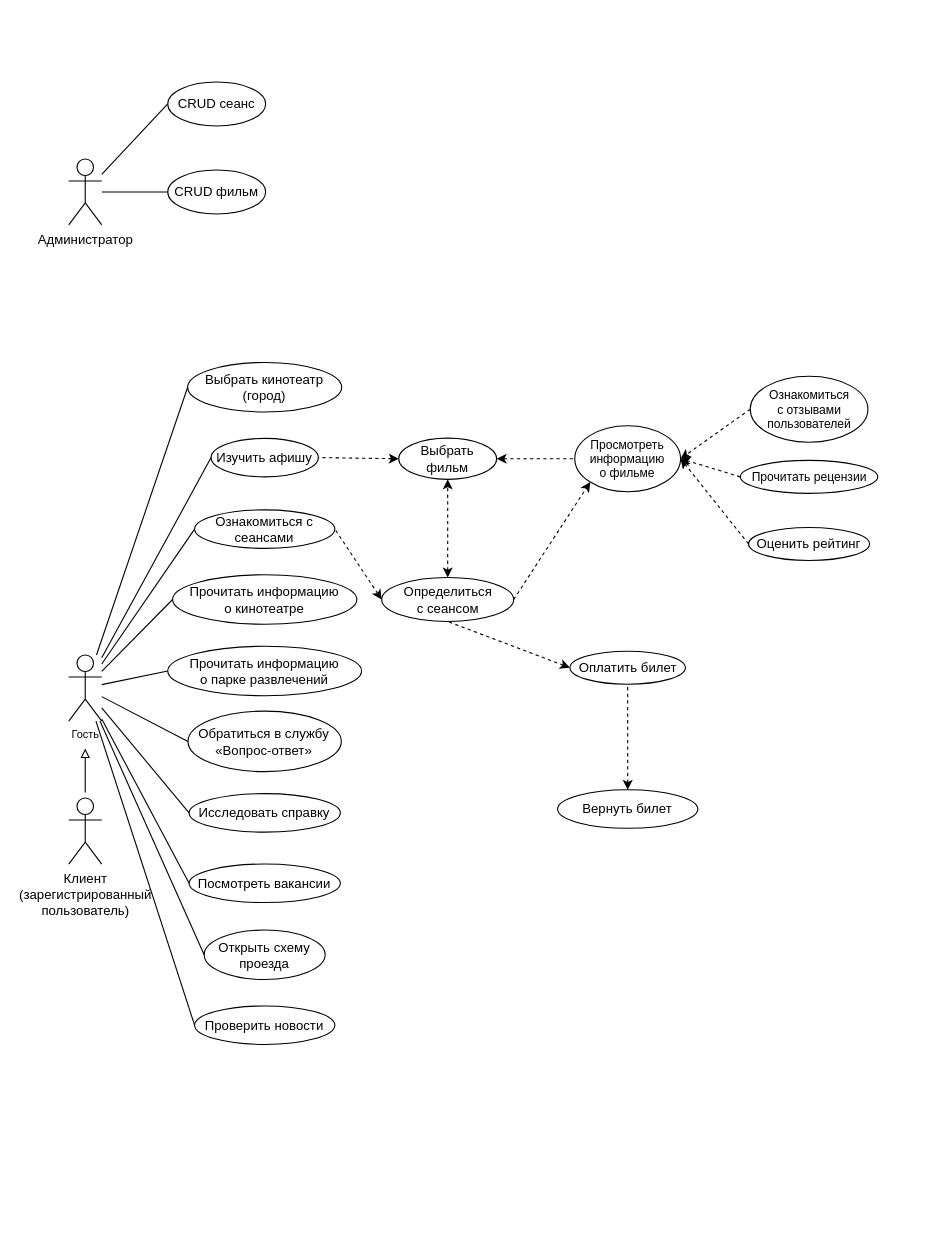
Before: page "Goodwin Cinema" (2 of 3) of Диаграммы_вариантов_использования.drawio in ANDaniell/-design-practice, a draw.io diagram. Source tidied: cells renumbered, new cells numbered last; positions are measured from the earlier drawing's top-left corner, leaving out a move shared by most shapes. Both pictures are drawn from the tidied source at 110%, with x=0, y=0 at pixel (68, 81).
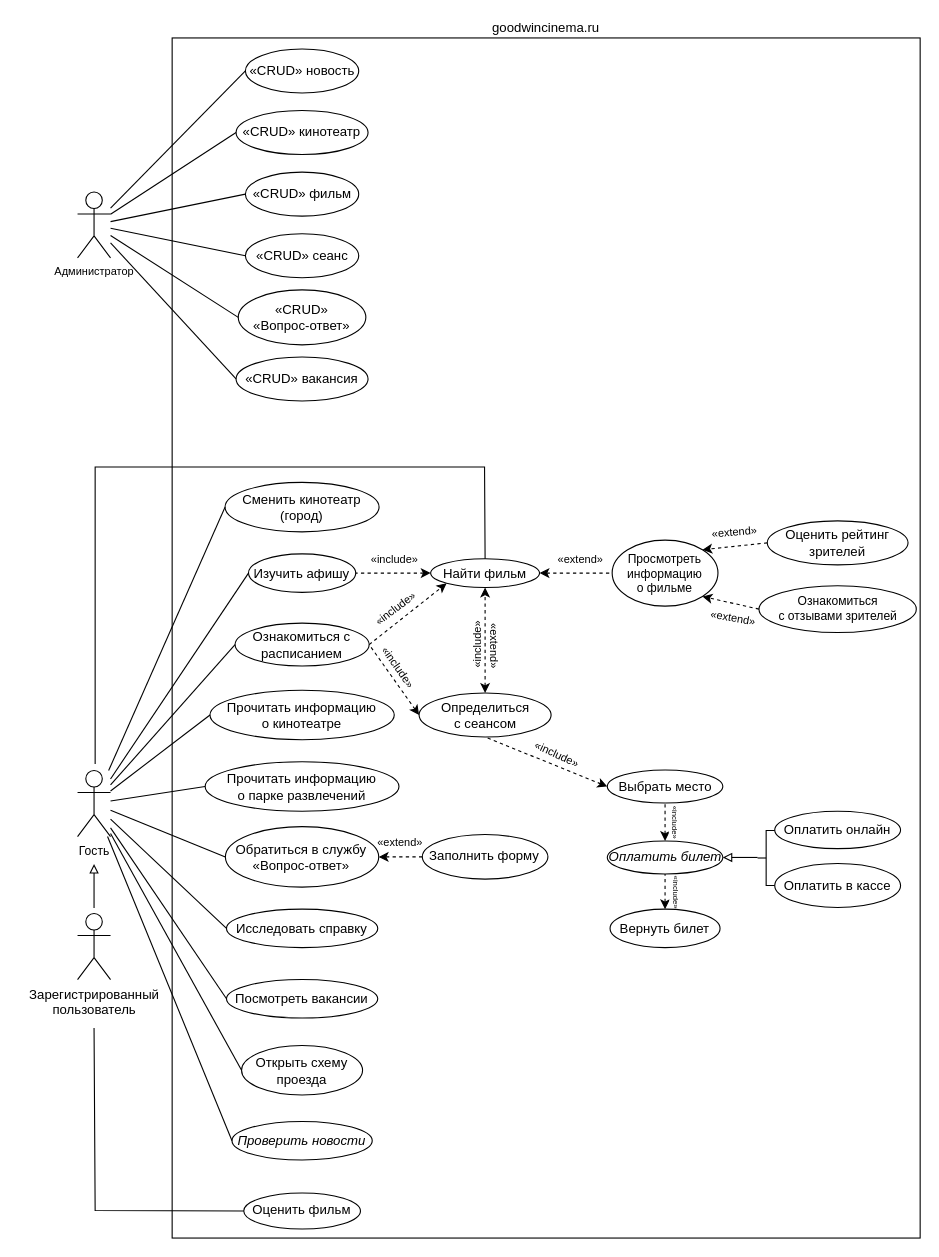
Above is the later version.

Diff of the diagram source:
```diff
@@
+    <mxCell id="48" value="goodwincinema.ru" style="whiteSpace=wrap;html=1;fillColor=none;labelPosition=center;verticalLabelPosition=top;align=center;verticalAlign=bottom;" parent="1" vertex="1">
+      <mxGeometry x="94" y="-40" width="680" height="1091" as="geometry" />
+    </mxCell>
-    <mxCell id="2" value="Гость" style="shape=umlActor;verticalLabelPosition=bottom;verticalAlign=top;html=1;fontSize=10;" parent="1" vertex="1">
-      <mxGeometry y="521" width="30" height="60" as="geometry" />
+    <mxCell id="2" value="Гость" style="shape=umlActor;verticalLabelPosition=bottom;verticalAlign=top;html=1;fontSize=11;" parent="1" vertex="1">
+      <mxGeometry x="8" y="626" width="30" height="60" as="geometry" />
     </mxCell>
-    <mxCell id="3" value="&lt;div&gt;Клиент&lt;/div&gt;&lt;div&gt;(зарегистрированный&lt;/div&gt;&lt;div&gt;пользователь)&lt;/div&gt;" style="shape=umlActor;verticalLabelPosition=bottom;verticalAlign=top;html=1;" parent="1" vertex="1">
-      <mxGeometry y="651" width="30" height="60" as="geometry" />
+    <mxCell id="3" value="&lt;div&gt;Зарегистрированный&lt;/div&gt;&lt;div&gt;пользователь&lt;/div&gt;" style="shape=umlActor;verticalLabelPosition=bottom;verticalAlign=top;html=1;" parent="1" vertex="1">
+      <mxGeometry x="8" y="756" width="30" height="60" as="geometry" />
     </mxCell>
-    <mxCell id="4" value="Оплатить билет" style="ellipse;whiteSpace=wrap;html=1;fontSize=12;" parent="1" vertex="1">
-      <mxGeometry x="455.6" y="517.5" width="105" height="30" as="geometry" />
+    <mxCell id="4" value="&lt;i&gt;Оплатить билет&lt;/i&gt;" style="ellipse;whiteSpace=wrap;html=1;fontSize=12;" parent="1" vertex="1">
+      <mxGeometry x="489.6" y="690" width="105" height="30" as="geometry" />
     </mxCell>
-    <mxCell id="5" value="Выбрать фильм" style="ellipse;whiteSpace=wrap;html=1;" parent="1" vertex="1">
-      <mxGeometry x="300" y="323.8" width="89" height="37.5" as="geometry" />
+    <mxCell id="5" value="Найти фильм" style="ellipse;whiteSpace=wrap;html=1;" parent="1" vertex="1">
+      <mxGeometry x="329" y="433.4" width="99" height="26.2" as="geometry" />
     </mxCell>
-    <mxCell id="6" value="Оценить рейтинг" style="ellipse;whiteSpace=wrap;html=1;" parent="1" vertex="1">
-      <mxGeometry x="618" y="405" width="110" height="30" as="geometry" />
+    <mxCell id="6" value="Оценить рейтинг зрителей" style="ellipse;whiteSpace=wrap;html=1;" parent="1" vertex="1">
+      <mxGeometry x="635" y="399" width="128" height="40" as="geometry" />
     </mxCell>
-    <mxCell id="7" value="Прочитать рецензии" style="ellipse;whiteSpace=wrap;html=1;fontSize=11;spacing=2;" parent="1" vertex="1">
-      <mxGeometry x="610.5" y="344" width="125" height="30" as="geometry" />
-    </mxCell>
-    <mxCell id="8" value="&lt;div style=&quot;font-size: 11px;&quot;&gt;Ознакомиться&lt;/div&gt;&lt;div style=&quot;font-size: 11px;&quot;&gt;с отзывами пользователей&lt;/div&gt;" style="ellipse;whiteSpace=wrap;html=1;fontSize=11;" parent="1" vertex="1">
-      <mxGeometry x="619.5" y="267.5" width="107" height="60" as="geometry" />
+    <mxCell id="8" value="&lt;div style=&quot;font-size: 11px;&quot;&gt;Ознакомиться&lt;/div&gt;&lt;div style=&quot;font-size: 11px;&quot;&gt;с отзывами зрителей&lt;/div&gt;" style="ellipse;whiteSpace=wrap;html=1;fontSize=11;" parent="1" vertex="1">
+      <mxGeometry x="627.5" y="458" width="143" height="42.5" as="geometry" />
     </mxCell>
     <mxCell id="9" value="&lt;div style=&quot;font-size: 11px;&quot;&gt;Просмотреть информацию&lt;/div&gt;&lt;div style=&quot;font-size: 11px;&quot;&gt;о фильме&lt;/div&gt;" style="ellipse;whiteSpace=wrap;html=1;fontSize=11;" parent="1" vertex="1">
-      <mxGeometry x="460" y="312.5" width="96.2" height="60" as="geometry" />
+      <mxGeometry x="494" y="416.5" width="96.2" height="60" as="geometry" />
     </mxCell>
     <mxCell id="10" value="&lt;div&gt;Определиться&lt;/div&gt;&lt;div&gt;с сеансом&lt;/div&gt;" style="ellipse;whiteSpace=wrap;html=1;" parent="1" vertex="1">
-      <mxGeometry x="284.5" y="450.5" width="120" height="40" as="geometry" />
+      <mxGeometry x="318.5" y="555.5" width="120" height="40" as="geometry" />
     </mxCell>
     <mxCell id="11" style="endArrow=block;html=1;rounded=0;endFill=0;" parent="1" edge="1">
       <mxGeometry relative="1" as="geometry">
-        <mxPoint x="15" y="646" as="sourcePoint" />
-        <mxPoint x="15" y="606" as="targetPoint" />
+        <mxPoint x="23" y="751" as="sourcePoint" />
+        <mxPoint x="23" y="711" as="targetPoint" />
       </mxGeometry>
     </mxCell>
-    <mxCell id="12" value="Администратор" style="shape=umlActor;verticalLabelPosition=bottom;verticalAlign=top;html=1;" parent="1" vertex="1">
-      <mxGeometry y="70" width="30" height="60" as="geometry" />
+    <mxCell id="12" value="Администратор" style="shape=umlActor;verticalLabelPosition=bottom;verticalAlign=top;html=1;fontSize=10;" parent="1" vertex="1">
+      <mxGeometry x="8" y="100" width="30" height="60" as="geometry" />
     </mxCell>
-    <mxCell id="13" value="CRUD фильм" style="ellipse;whiteSpace=wrap;html=1;" parent="1" vertex="1">
-      <mxGeometry x="90" y="80" width="89" height="40" as="geometry" />
+    <mxCell id="13" value="«CRUD» фильм" style="ellipse;whiteSpace=wrap;html=1;" parent="1" vertex="1">
+      <mxGeometry x="160.6" y="82" width="103" height="40" as="geometry" />
     </mxCell>
@@
-    <mxCell id="16" value="CRUD сеанс" style="ellipse;whiteSpace=wrap;html=1;" parent="1" vertex="1">
-      <mxGeometry x="90" width="89" height="40" as="geometry" />
+    <mxCell id="16" value="«CRUD» сеанс" style="ellipse;whiteSpace=wrap;html=1;" parent="1" vertex="1">
+      <mxGeometry x="160.6" y="138" width="103" height="40" as="geometry" />
     </mxCell>
     <mxCell id="17" value="Изучить афишу" style="ellipse;whiteSpace=wrap;html=1;" parent="1" vertex="1">
-      <mxGeometry x="129.4" y="324" width="97.5" height="35" as="geometry" />
+      <mxGeometry x="163.4" y="429" width="97.5" height="35" as="geometry" />
     </mxCell>
-    <mxCell id="18" value="Ознакомиться с сеансами" style="ellipse;whiteSpace=wrap;html=1;" parent="1" vertex="1">
-      <mxGeometry x="114.4" y="389" width="127.5" height="35" as="geometry" />
+    <mxCell id="18" value="Ознакомиться с расписанием" style="ellipse;whiteSpace=wrap;html=1;" parent="1" vertex="1">
+      <mxGeometry x="151.2" y="492" width="121.9" height="39" as="geometry" />
     </mxCell>
-    <mxCell id="19" value="Проверить новости" style="ellipse;whiteSpace=wrap;html=1;" parent="1" vertex="1">
-      <mxGeometry x="114.4" y="840" width="127.5" height="35" as="geometry" />
+    <mxCell id="19" value="&lt;i&gt;Проверить новости&lt;/i&gt;" style="ellipse;whiteSpace=wrap;html=1;" parent="1" vertex="1">
+      <mxGeometry x="148.4" y="945" width="127.5" height="35" as="geometry" />
     </mxCell>
     <mxCell id="20" value="Вернуть билет" style="ellipse;whiteSpace=wrap;html=1;" parent="1" vertex="1">
-      <mxGeometry x="444.4" y="643.5" width="127.5" height="35" as="geometry" />
+      <mxGeometry x="492.1" y="752" width="100" height="35" as="geometry" />
     </mxCell>
-    <mxCell id="21" value="Выбрать кинотеатр (город)" style="ellipse;whiteSpace=wrap;html=1;" parent="1" vertex="1">
-      <mxGeometry x="108.1" y="255" width="140" height="45" as="geometry" />
+    <mxCell id="21" value="Сменить кинотеатр (город)" style="ellipse;whiteSpace=wrap;html=1;" parent="1" vertex="1">
+      <mxGeometry x="142.1" y="364" width="140" height="45" as="geometry" />
     </mxCell>
     <mxCell id="22" value="Посмотреть вакансии" style="ellipse;whiteSpace=wrap;html=1;" parent="1" vertex="1">
-      <mxGeometry x="109.4" y="711" width="137.5" height="35" as="geometry" />
+      <mxGeometry x="143.4" y="816" width="137.5" height="35" as="geometry" />
     </mxCell>
     <mxCell id="23" value="Исследовать справку" style="ellipse;whiteSpace=wrap;html=1;" parent="1" vertex="1">
-      <mxGeometry x="109.4" y="647" width="137.5" height="35" as="geometry" />
+      <mxGeometry x="143.4" y="752" width="137.5" height="35" as="geometry" />
     </mxCell>
     <mxCell id="24" value="&lt;div&gt;Прочитать информацию&lt;/div&gt;&lt;div&gt;о кинотеатре&lt;/div&gt;" style="ellipse;whiteSpace=wrap;html=1;" parent="1" vertex="1">
-      <mxGeometry x="94.4" y="448" width="167.5" height="45" as="geometry" />
+      <mxGeometry x="128.4" y="553" width="167.5" height="45" as="geometry" />
     </mxCell>
     <mxCell id="25" value="&lt;div&gt;Прочитать информацию&lt;/div&gt;&lt;div&gt;о парке развлечений&lt;/div&gt;" style="ellipse;whiteSpace=wrap;html=1;" parent="1" vertex="1">
-      <mxGeometry x="90" y="513" width="176.2" height="45" as="geometry" />
+      <mxGeometry x="124" y="618" width="176.2" height="45" as="geometry" />
     </mxCell>
     <mxCell id="26" value="Обратиться в службу «Вопрос-ответ»" style="ellipse;whiteSpace=wrap;html=1;" parent="1" vertex="1">
-      <mxGeometry x="108.4" y="572" width="139.4" height="55" as="geometry" />
+      <mxGeometry x="142.4" y="677" width="139.4" height="55" as="geometry" />
     </mxCell>
     <mxCell id="27" value="Открыть схему проезда" style="ellipse;whiteSpace=wrap;html=1;" parent="1" vertex="1">
-      <mxGeometry x="123.1" y="771" width="110" height="45" as="geometry" />
+      <mxGeometry x="157.1" y="876" width="110" height="45" as="geometry" />
     </mxCell>
@@
-    <mxCell id="41" style="endArrow=classic;dashed=1;html=1;rounded=0;entryX=1;entryY=0.5;entryDx=0;entryDy=0;exitX=0;exitY=0.5;exitDx=0;exitDy=0;endFill=1;" parent="1" edge="1" source="8" target="9">
+    <mxCell id="41" style="endArrow=classic;dashed=1;html=1;rounded=0;exitX=0;exitY=0.5;exitDx=0;exitDy=0;endFill=1;entryX=1;entryY=1;entryDx=0;entryDy=0;" parent="1" edge="1" source="8" target="9">
       <mxGeometry relative="1" as="geometry" />
     </mxCell>
-    <mxCell id="42" style="endArrow=classic;dashed=1;html=1;rounded=0;entryX=1;entryY=0.5;entryDx=0;entryDy=0;exitX=0;exitY=0.5;exitDx=0;exitDy=0;endFill=1;" parent="1" edge="1" source="7" target="9">
-      <mxGeometry relative="1" as="geometry" />
-    </mxCell>
-    <mxCell id="43" style="endArrow=classic;dashed=1;html=1;rounded=0;entryX=1;entryY=0.5;entryDx=0;entryDy=0;exitX=0;exitY=0.5;exitDx=0;exitDy=0;endFill=1;" parent="1" edge="1" source="6" target="9">
+    <mxCell id="43" style="endArrow=classic;dashed=1;html=1;rounded=0;entryX=1;entryY=0;entryDx=0;entryDy=0;exitX=0;exitY=0.5;exitDx=0;exitDy=0;endFill=1;" parent="1" edge="1" source="6" target="9">
       <mxGeometry relative="1" as="geometry" />
     </mxCell>
@@
-    <mxCell id="46" style="endArrow=none;dashed=1;html=1;rounded=0;entryX=0.5;entryY=1;entryDx=0;entryDy=0;exitX=0;exitY=0.5;exitDx=0;exitDy=0;startArrow=classic;startFill=1;" parent="1" edge="1" source="4" target="10">
+    <mxCell id="46" style="endArrow=none;dashed=1;html=1;rounded=0;entryX=0.5;entryY=1;entryDx=0;entryDy=0;exitX=0;exitY=0.5;exitDx=0;exitDy=0;startArrow=classic;startFill=1;" parent="1" edge="1" source="63" target="10">
       <mxGeometry relative="1" as="geometry" />
     </mxCell>
-    <mxCell id="47" style="endArrow=classic;dashed=1;html=1;rounded=0;entryX=0;entryY=1;entryDx=0;entryDy=0;exitX=1;exitY=0.5;exitDx=0;exitDy=0;startArrow=none;startFill=0;endFill=1;" parent="1" edge="1" source="10" target="9">
-      <mxGeometry relative="1" as="geometry" />
-    </mxCell>
+    <mxCell id="49" value="«CRUD» новость" style="ellipse;whiteSpace=wrap;html=1;" parent="1" vertex="1">
+      <mxGeometry x="160.6" y="-30" width="103" height="40" as="geometry" />
+    </mxCell>
+    <mxCell id="50" value="«CRUD» кинотеатр" style="ellipse;whiteSpace=wrap;html=1;" parent="1" vertex="1">
+      <mxGeometry x="152.1" y="26" width="120" height="40" as="geometry" />
+    </mxCell>
+    <mxCell id="51" value="&lt;div&gt;«CRUD»&lt;/div&gt;&lt;div&gt;«Вопрос-ответ»&lt;/div&gt;" style="ellipse;whiteSpace=wrap;html=1;" parent="1" vertex="1">
+      <mxGeometry x="154.1" y="189" width="116" height="50" as="geometry" />
+    </mxCell>
+    <mxCell id="52" value="&lt;div&gt;«CRUD» вакансия&lt;/div&gt;" style="ellipse;whiteSpace=wrap;html=1;" parent="1" vertex="1">
+      <mxGeometry x="152.1" y="250" width="120" height="40" as="geometry" />
+    </mxCell>
+    <mxCell id="53" style="endArrow=none;html=1;rounded=0;entryX=0;entryY=0.5;entryDx=0;entryDy=0;" parent="1" edge="1" source="12" target="49">
+      <mxGeometry relative="1" as="geometry" />
+    </mxCell>
+    <mxCell id="54" style="endArrow=none;html=1;rounded=0;exitX=0;exitY=0.5;exitDx=0;exitDy=0;" parent="1" edge="1" source="51" target="12">
+      <mxGeometry relative="1" as="geometry" />
+    </mxCell>
+    <mxCell id="55" style="endArrow=none;html=1;rounded=0;exitX=0;exitY=0.5;exitDx=0;exitDy=0;" parent="1" edge="1" source="52" target="12">
+      <mxGeometry relative="1" as="geometry" />
+    </mxCell>
+    <mxCell id="56" style="endArrow=none;html=1;rounded=0;entryX=0;entryY=0.5;entryDx=0;entryDy=0;" parent="1" edge="1" source="12" target="50">
+      <mxGeometry relative="1" as="geometry" />
+    </mxCell>
+    <mxCell id="57" value="Оплатить онлайн" style="ellipse;whiteSpace=wrap;html=1;" parent="1" vertex="1">
+      <mxGeometry x="641.8" y="663" width="114.4" height="34" as="geometry" />
+    </mxCell>
+    <mxCell id="58" value="Оплатить в кассе" style="ellipse;whiteSpace=wrap;html=1;" parent="1" vertex="1">
+      <mxGeometry x="641.8" y="710.5" width="114.4" height="40" as="geometry" />
+    </mxCell>
+    <mxCell id="59" style="edgeStyle=orthogonalEdgeStyle;rounded=0;jettySize=auto;html=1;endArrow=block;endFill=0;" parent="1" edge="1" source="60">
+      <mxGeometry relative="1" as="geometry">
+        <mxPoint x="594.6" y="705" as="targetPoint" />
+        <Array as="points">
+          <mxPoint x="595" y="705" />
+          <mxPoint x="595" y="705" />
+        </Array>
+      </mxGeometry>
+    </mxCell>
+    <mxCell id="60" style="strokeWidth=1;html=1;shape=mxgraph.flowchart.annotation_2;align=left;labelPosition=right;" parent="1" vertex="1">
+      <mxGeometry x="626.2" y="680.5" width="15.6" height="50" as="geometry" />
+    </mxCell>
+    <mxCell id="61" value="&lt;div&gt;Заполнить форму&lt;br&gt;&lt;/div&gt;" style="ellipse;whiteSpace=wrap;html=1;" parent="1" vertex="1">
+      <mxGeometry x="321.4" y="684.2" width="114.2" height="40.5" as="geometry" />
+    </mxCell>
+    <mxCell id="62" style="endArrow=classic;dashed=1;html=1;rounded=0;entryX=1;entryY=0.5;entryDx=0;entryDy=0;exitX=0;exitY=0.5;exitDx=0;exitDy=0;startArrow=none;startFill=0;endFill=1;" parent="1" edge="1" source="61" target="26">
+      <mxGeometry relative="1" as="geometry" />
+    </mxCell>
+    <mxCell id="63" value="Выбрать место" style="ellipse;whiteSpace=wrap;html=1;fontSize=12;" parent="1" vertex="1">
+      <mxGeometry x="489.6" y="625.5" width="105" height="30" as="geometry" />
+    </mxCell>
+    <mxCell id="64" style="endArrow=classic;dashed=1;html=1;rounded=0;exitX=1;exitY=0.5;exitDx=0;exitDy=0;entryX=0;entryY=1;entryDx=0;entryDy=0;endFill=1;" parent="1" edge="1" source="18" target="5">
+      <mxGeometry relative="1" as="geometry" />
+    </mxCell>
+    <mxCell id="65" style="endArrow=none;dashed=1;html=1;rounded=0;entryX=0.5;entryY=1;entryDx=0;entryDy=0;exitX=0.5;exitY=0;exitDx=0;exitDy=0;startArrow=classic;startFill=1;" parent="1" edge="1" source="4" target="63">
+      <mxGeometry relative="1" as="geometry" />
+    </mxCell>
+    <mxCell id="66" style="endArrow=none;html=1;rounded=0;entryX=0.5;entryY=0;entryDx=0;entryDy=0;" parent="1" edge="1" target="5">
+      <mxGeometry relative="1" as="geometry">
+        <mxPoint x="24" y="620" as="sourcePoint" />
+        <Array as="points">
+          <mxPoint x="24" y="350" />
+          <mxPoint x="378" y="350" />
+        </Array>
+      </mxGeometry>
+    </mxCell>
+    <mxCell id="67" value="Оценить фильм" style="ellipse;whiteSpace=wrap;html=1;" parent="1" vertex="1">
+      <mxGeometry x="159.1" y="1010" width="106.1" height="32.8" as="geometry" />
+    </mxCell>
+    <mxCell id="68" style="endArrow=none;html=1;rounded=0;entryX=0;entryY=0.5;entryDx=0;entryDy=0;" parent="1" edge="1" target="67">
+      <mxGeometry relative="1" as="geometry">
+        <mxPoint x="23" y="860" as="sourcePoint" />
+        <Array as="points">
+          <mxPoint x="24" y="1026" />
+        </Array>
+      </mxGeometry>
+    </mxCell>
+    <mxCell id="69" value="«extend»" style="edgeLabel;html=1;align=center;verticalAlign=middle;rotation=0;fontSize=10;" parent="1" vertex="1">
+      <mxGeometry x="464" y="433.4" as="geometry" />
+    </mxCell>
+    <mxCell id="70" value="«extend»" style="edgeLabel;html=1;align=center;verticalAlign=middle;rotation=355;fontSize=10;" parent="1" vertex="1">
+      <mxGeometry x="604" y="409" as="geometry" />
+    </mxCell>
+    <mxCell id="71" value="«extend»" style="edgeLabel;html=1;align=center;verticalAlign=middle;rotation=10;fontSize=10;" parent="1" vertex="1">
+      <mxGeometry x="604" y="486" as="geometry" />
+    </mxCell>
+    <mxCell id="72" value="«extend»" style="edgeLabel;html=1;align=center;verticalAlign=middle;rotation=90;fontSize=10;" parent="1" vertex="1">
+      <mxGeometry x="388" y="511.5" as="geometry" />
+    </mxCell>
+    <mxCell id="73" value="«extend»" style="edgeLabel;html=1;align=center;verticalAlign=middle;rotation=0;fontSize=10;" parent="1" vertex="1">
+      <mxGeometry x="300.2" y="690" as="geometry" />
+    </mxCell>
+    <mxCell id="74" value="«include»" style="edgeLabel;html=1;align=center;verticalAlign=middle;rotation=0;fontSize=10;" parent="1" vertex="1">
+      <mxGeometry x="295.9" y="433.4" as="geometry" />
+    </mxCell>
+    <mxCell id="75" value="«include»" style="edgeLabel;html=1;align=center;verticalAlign=middle;rotation=270;fontSize=10;" parent="1" vertex="1">
+      <mxGeometry x="370" y="513" as="geometry" />
+    </mxCell>
+    <mxCell id="76" value="«include»" style="edgeLabel;html=1;align=center;verticalAlign=middle;rotation=90;fontSize=7;" parent="1" vertex="1">
+      <mxGeometry x="552" y="672" as="geometry" />
+    </mxCell>
+    <mxCell id="77" value="«include»" style="edgeLabel;html=1;align=center;verticalAlign=middle;rotation=323;fontSize=10;" parent="1" vertex="1">
+      <mxGeometry x="295.9" y="479.2" as="geometry" />
+    </mxCell>
+    <mxCell id="78" value="«include»" style="edgeLabel;html=1;align=center;verticalAlign=middle;rotation=55;fontSize=10;" parent="1" vertex="1">
+      <mxGeometry x="300.2" y="531" as="geometry" />
+    </mxCell>
+    <mxCell id="79" value="«include»" style="edgeLabel;html=1;align=center;verticalAlign=middle;rotation=90;fontSize=7;" parent="1" vertex="1">
+      <mxGeometry x="552" y="735.5" as="geometry" />
+    </mxCell>
+    <mxCell id="80" value="«include»" style="edgeLabel;html=1;align=center;verticalAlign=middle;rotation=25;fontSize=10;" parent="1" vertex="1">
+      <mxGeometry x="444" y="610" as="geometry" />
+    </mxCell>
```
